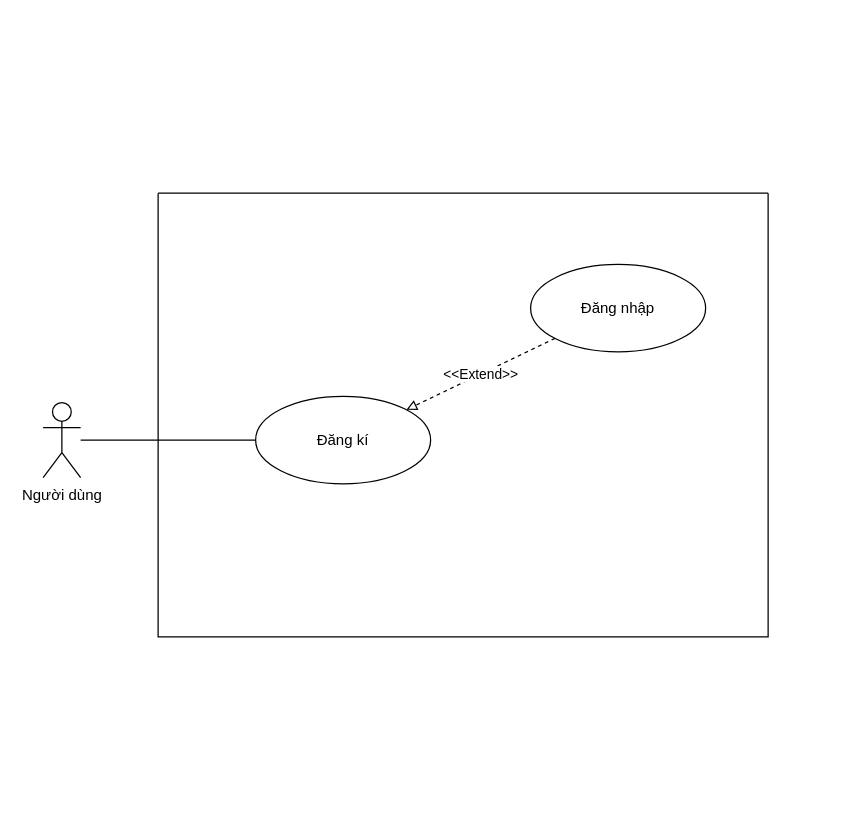
EdgarIgnite16/SGU-Course keeps this draw.io diagram as Nam3_HK1/CNPM_SoftTech/Usecase Diagrams/UD_3_Search.drawio. Above is the earlier version. Source tidied: cells renumbered, new cells numbered last; positions are measured from the earlier drawing's top-left corner, leaving out a move shared by most shapes. Both pictures are drawn from the tidied source at 125%, with x=0, y=0 at pixel (42, 192).
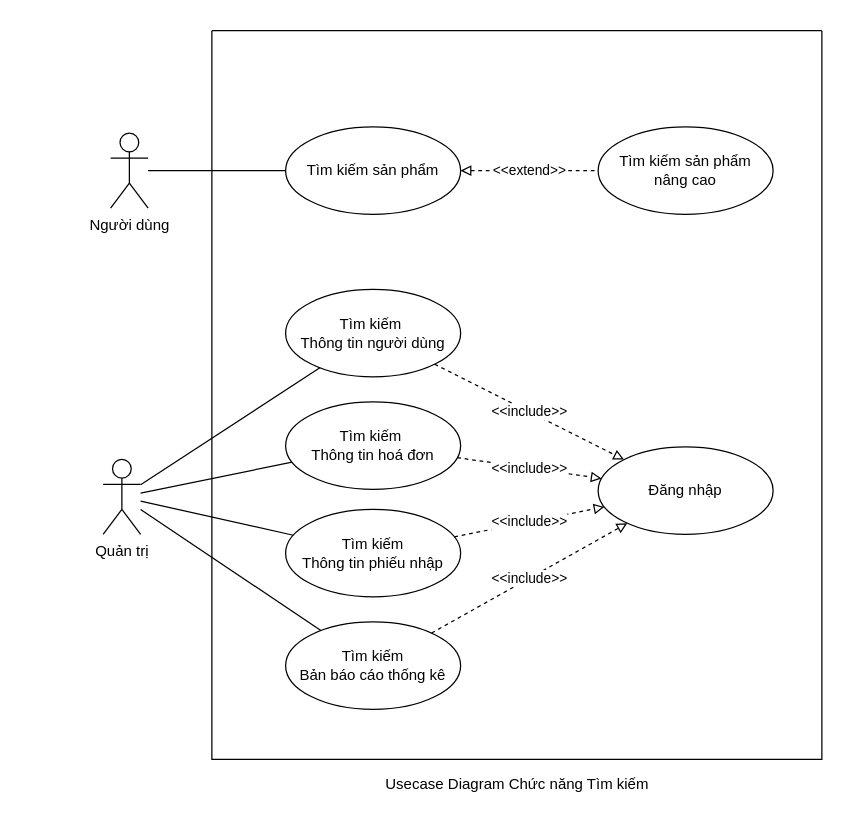
Above is the later version.

The edit, as a diff of the source:
```diff
@@
     <mxCell id="3" value="Người dùng" style="shape=umlActor;verticalLabelPosition=bottom;verticalAlign=top;html=1;outlineConnect=0;" parent="1" vertex="1">
-      <mxGeometry y="167.5" width="30" height="60" as="geometry" />
+      <mxGeometry x="54" y="-48" width="30" height="60" as="geometry" />
     </mxCell>
     <mxCell id="4" style="swimlane;startSize=0;" parent="1" vertex="1">
-      <mxGeometry x="92" width="488" height="355" as="geometry" />
+      <mxGeometry x="135" y="-130" width="488" height="583" as="geometry" />
     </mxCell>
+    <mxCell id="9" value="&amp;lt;&amp;lt;extend&amp;gt;&amp;gt;" style="edgeStyle=none;rounded=0;jettySize=auto;html=1;dashed=1;startArrow=block;startFill=0;endArrow=none;endFill=0;" parent="4" edge="1" source="5" target="10">
+      <mxGeometry relative="1" as="geometry" />
+    </mxCell>
-    <mxCell id="5" value="Đăng kí" style="ellipse;whiteSpace=wrap;html=1;" parent="4" vertex="1">
-      <mxGeometry x="78" y="162.5" width="140" height="70" as="geometry" />
+    <mxCell id="5" value="Tìm kiếm sản phẩm" style="ellipse;whiteSpace=wrap;html=1;" parent="4" vertex="1">
+      <mxGeometry x="59" y="77" width="140" height="70" as="geometry" />
     </mxCell>
-    <mxCell id="6" value="&amp;lt;&amp;lt;Extend&amp;gt;&amp;gt;" style="jettySize=auto;html=1;strokeColor=default;rounded=0;dashed=1;endArrow=block;endFill=0;" parent="4" edge="1" source="7" target="5">
-      <mxGeometry relative="1" as="geometry" />
-    </mxCell>
+    <mxCell id="10" value="Tìm kiếm sản phẩm &lt;br&gt;nâng cao" style="ellipse;whiteSpace=wrap;html=1;" parent="4" vertex="1">
+      <mxGeometry x="309" y="77" width="140" height="70" as="geometry" />
+    </mxCell>
+    <mxCell id="11" value="Tìm kiếm&amp;nbsp;&lt;br&gt;Thông tin người dùng" style="ellipse;whiteSpace=wrap;html=1;" parent="4" vertex="1">
+      <mxGeometry x="59" y="207" width="140" height="70" as="geometry" />
+    </mxCell>
+    <mxCell id="12" value="Tìm kiếm&amp;nbsp;&lt;br&gt;Thông tin hoá đơn" style="ellipse;whiteSpace=wrap;html=1;" parent="4" vertex="1">
+      <mxGeometry x="59" y="297" width="140" height="70" as="geometry" />
+    </mxCell>
+    <mxCell id="13" value="Tìm kiếm&lt;br&gt;Thông tin phiếu nhập" style="ellipse;whiteSpace=wrap;html=1;" parent="4" vertex="1">
+      <mxGeometry x="59" y="383" width="140" height="70" as="geometry" />
+    </mxCell>
     <mxCell id="7" value="Đăng nhập" style="ellipse;whiteSpace=wrap;html=1;" parent="4" vertex="1">
-      <mxGeometry x="298" y="57" width="140" height="70" as="geometry" />
+      <mxGeometry x="309" y="333" width="140" height="70" as="geometry" />
     </mxCell>
+    <mxCell id="14" value="&amp;lt;&amp;lt;include&amp;gt;&amp;gt;" style="edgeStyle=none;rounded=0;jettySize=auto;html=1;dashed=1;startArrow=none;startFill=0;endArrow=block;endFill=0;" parent="4" edge="1" source="11" target="7">
+      <mxGeometry relative="1" as="geometry" />
+    </mxCell>
+    <mxCell id="15" value="&amp;lt;&amp;lt;include&amp;gt;&amp;gt;" style="edgeStyle=none;rounded=0;jettySize=auto;html=1;dashed=1;startArrow=none;startFill=0;endArrow=block;endFill=0;" parent="4" edge="1" source="12" target="7">
+      <mxGeometry relative="1" as="geometry" />
+    </mxCell>
+    <mxCell id="16" value="&amp;lt;&amp;lt;include&amp;gt;&amp;gt;" style="edgeStyle=none;rounded=0;jettySize=auto;html=1;dashed=1;startArrow=none;startFill=0;endArrow=block;endFill=0;" parent="4" edge="1" source="13" target="7">
+      <mxGeometry relative="1" as="geometry" />
+    </mxCell>
+    <mxCell id="17" value="Tìm kiếm&lt;br&gt;Bản báo cáo thống kê" style="ellipse;whiteSpace=wrap;html=1;" parent="4" vertex="1">
+      <mxGeometry x="59" y="473" width="140" height="70" as="geometry" />
+    </mxCell>
+    <mxCell id="18" value="&amp;lt;&amp;lt;include&amp;gt;&amp;gt;" style="edgeStyle=none;rounded=0;jettySize=auto;html=1;dashed=1;startArrow=none;startFill=0;endArrow=block;endFill=0;" parent="4" edge="1" source="17" target="7">
+      <mxGeometry relative="1" as="geometry" />
+    </mxCell>
@@
+    <mxCell id="19" value="Quản trị" style="shape=umlActor;verticalLabelPosition=bottom;verticalAlign=top;html=1;outlineConnect=0;" parent="1" vertex="1">
+      <mxGeometry x="48" y="213" width="30" height="60" as="geometry" />
+    </mxCell>
+    <mxCell id="20" style="rounded=0;jettySize=auto;html=1;endArrow=none;endFill=0;" parent="1" edge="1" source="19" target="12">
+      <mxGeometry relative="1" as="geometry" />
+    </mxCell>
+    <mxCell id="21" style="rounded=0;jettySize=auto;html=1;endArrow=none;endFill=0;" parent="1" edge="1" source="19" target="11">
+      <mxGeometry relative="1" as="geometry" />
+    </mxCell>
+    <mxCell id="22" style="rounded=0;jettySize=auto;html=1;endArrow=none;endFill=0;" parent="1" edge="1" source="19" target="13">
+      <mxGeometry relative="1" as="geometry" />
+    </mxCell>
+    <mxCell id="23" value="Usecase Diagram Chức năng Tìm kiếm" style="text;html=1;align=center;verticalAlign=middle;strokeColor=none;fillColor=none;" parent="1" vertex="1">
+      <mxGeometry x="264" y="463" width="230" height="20" as="geometry" />
+    </mxCell>
+    <mxCell id="24" style="rounded=0;jettySize=auto;html=1;endArrow=none;endFill=0;" parent="1" edge="1" source="19" target="17">
+      <mxGeometry relative="1" as="geometry" />
+    </mxCell>
```
